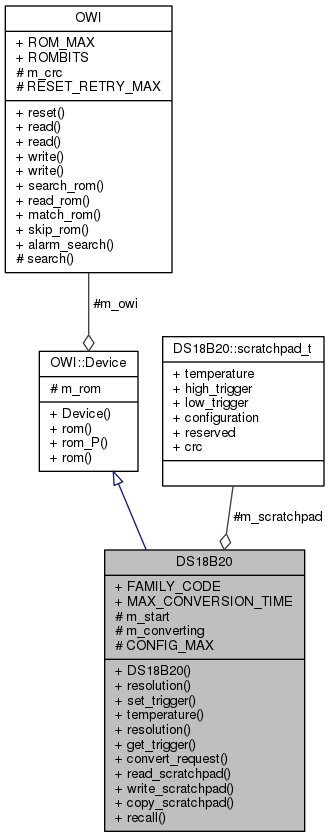
Earlier version of the Graphviz export Arduino-OWI/d4/d9e/classDS18B20__coll__graph.png (mikaelpatel/mikaelpatel.github.io). Its source is kept beside it as Arduino-OWI/d4/d9e/classDS18B20__coll__graph.dot.
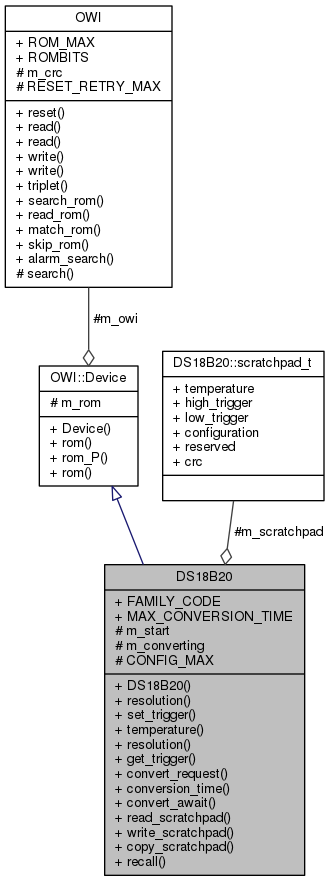
Above is the later version.

The edit, as a diff of the source:
```diff
@@ -2,11 +2,11 @@
 {
   edge [fontname="Helvetica",fontsize="10",labelfontname="Helvetica",labelfontsize="10"];
   node [fontname="Helvetica",fontsize="10",shape=record];
-  Node1 [label="{DS18B20\n|+ FAMILY_CODE\l+ MAX_CONVERSION_TIME\l# m_start\l# m_converting\l# CONFIG_MAX\l|+ DS18B20()\l+ resolution()\l+ set_trigger()\l+ temperature()\l+ resolution()\l+ get_trigger()\l+ convert_request()\l+ read_scratchpad()\l+ write_scratchpad()\l+ copy_scratchpad()\l+ recall()\l}",height=0.2,width=0.4,color="black", fillcolor="grey75", style="filled", fontcolor="black"];
+  Node1 [label="{DS18B20\n|+ FAMILY_CODE\l+ MAX_CONVERSION_TIME\l# m_start\l# m_converting\l# CONFIG_MAX\l|+ DS18B20()\l+ resolution()\l+ set_trigger()\l+ temperature()\l+ resolution()\l+ get_trigger()\l+ convert_request()\l+ conversion_time()\l+ convert_await()\l+ read_scratchpad()\l+ write_scratchpad()\l+ copy_scratchpad()\l+ recall()\l}",height=0.2,width=0.4,color="black", fillcolor="grey75", style="filled", fontcolor="black"];
   Node2 -> Node1 [dir="back",color="midnightblue",fontsize="10",style="solid",arrowtail="onormal",fontname="Helvetica"];
   Node2 [label="{OWI::Device\n|# m_rom\l|+ Device()\l+ rom()\l+ rom_P()\l+ rom()\l}",height=0.2,width=0.4,color="black", fillcolor="white", style="filled",URL="$d0/d7f/classOWI_1_1Device.html"];
   Node3 -> Node2 [color="grey25",fontsize="10",style="solid",label=" #m_owi" ,arrowhead="odiamond",fontname="Helvetica"];
-  Node3 [label="{OWI\n|+ ROM_MAX\l+ ROMBITS\l# m_crc\l# RESET_RETRY_MAX\l|+ reset()\l+ read()\l+ read()\l+ write()\l+ write()\l+ search_rom()\l+ read_rom()\l+ match_rom()\l+ skip_rom()\l+ alarm_search()\l# search()\l}",height=0.2,width=0.4,color="black", fillcolor="white", style="filled",URL="$d7/d90/classOWI.html"];
+  Node3 [label="{OWI\n|+ ROM_MAX\l+ ROMBITS\l# m_crc\l# RESET_RETRY_MAX\l|+ reset()\l+ read()\l+ read()\l+ write()\l+ write()\l+ triplet()\l+ search_rom()\l+ read_rom()\l+ match_rom()\l+ skip_rom()\l+ alarm_search()\l# search()\l}",height=0.2,width=0.4,color="black", fillcolor="white", style="filled",URL="$d7/d90/classOWI.html"];
   Node4 -> Node1 [color="grey25",fontsize="10",style="solid",label=" #m_scratchpad" ,arrowhead="odiamond",fontname="Helvetica"];
   Node4 [label="{DS18B20::scratchpad_t\n|+ temperature\l+ high_trigger\l+ low_trigger\l+ configuration\l+ reserved\l+ crc\l|}",height=0.2,width=0.4,color="black", fillcolor="white", style="filled",URL="$d4/d1f/structDS18B20_1_1scratchpad__t.html"];
 }
```
